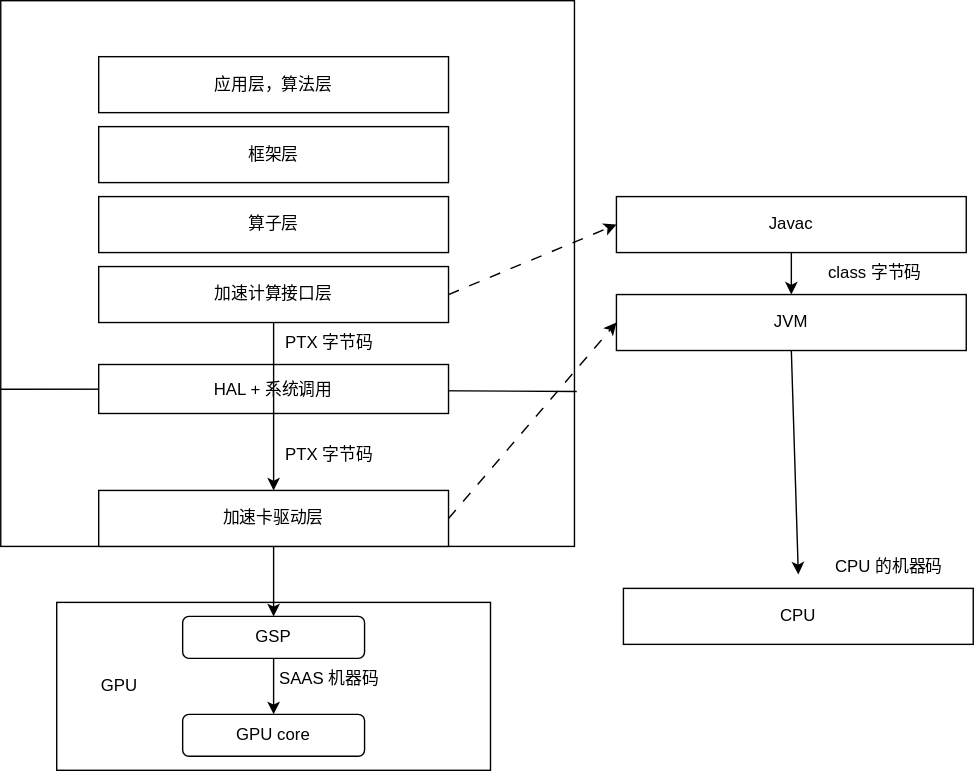
The draw.io diagram src/ai/compute/compute.dio.svg in dingiv/dingiv.github.io, before a commit. Source tidied: cells renumbered, new cells last; positions are measured from the earlier drawing's top-left corner, leaving out a move shared by most shapes.
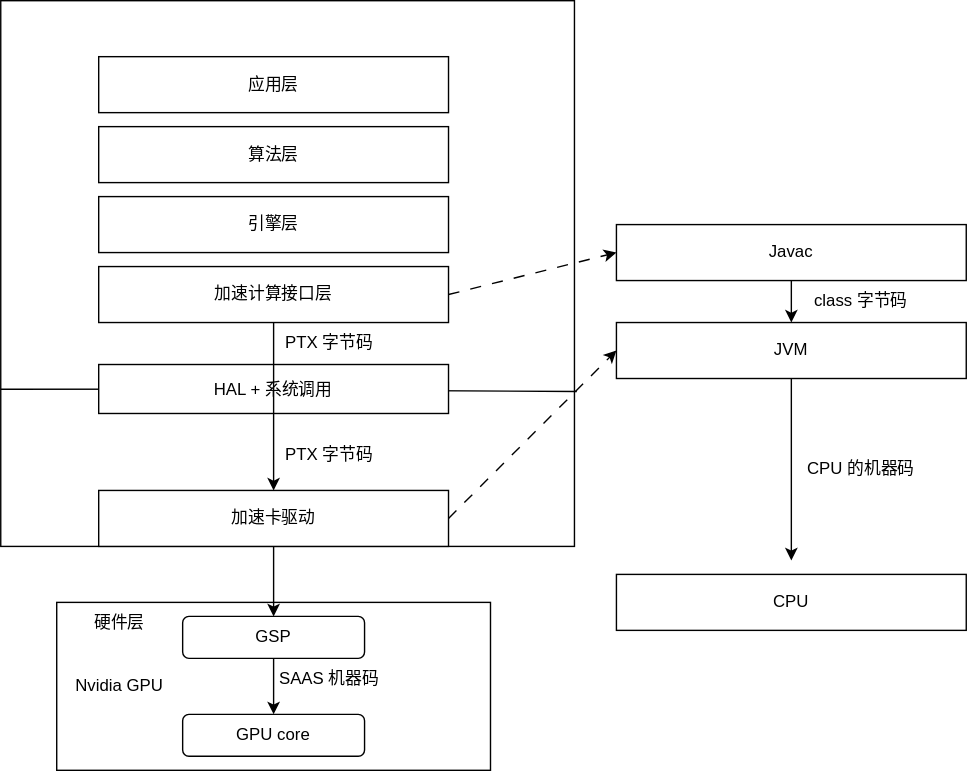
The same diagram one commit later.

Diff of the diagram source:
```diff
@@ -20,19 +20,19 @@
     <mxCell id="7" value="加速计算接口层" style="rounded=0;whiteSpace=wrap;html=1;" parent="1" vertex="1">
       <mxGeometry x="70" y="190" width="250" height="40" as="geometry" />
     </mxCell>
-    <mxCell id="8" value="算子层" style="rounded=0;whiteSpace=wrap;html=1;" parent="1" vertex="1">
+    <mxCell id="8" value="&lt;span style=&quot;color: rgb(0, 0, 0);&quot;&gt;引擎层&lt;/span&gt;" style="rounded=0;whiteSpace=wrap;html=1;" parent="1" vertex="1">
       <mxGeometry x="70" y="140" width="250" height="40" as="geometry" />
     </mxCell>
-    <mxCell id="9" value="框架层" style="rounded=0;whiteSpace=wrap;html=1;" parent="1" vertex="1">
+    <mxCell id="9" value="算法层" style="rounded=0;whiteSpace=wrap;html=1;" parent="1" vertex="1">
       <mxGeometry x="70" y="90" width="250" height="40" as="geometry" />
     </mxCell>
-    <mxCell id="10" value="应用层，算法层" style="rounded=0;whiteSpace=wrap;html=1;" parent="1" vertex="1">
+    <mxCell id="10" value="应用层" style="rounded=0;whiteSpace=wrap;html=1;" parent="1" vertex="1">
       <mxGeometry x="70" y="40" width="250" height="40" as="geometry" />
     </mxCell>
     <mxCell id="11" style="edgeStyle=none;html=1;exitX=1;exitY=0.5;exitDx=0;exitDy=0;entryX=0;entryY=0.5;entryDx=0;entryDy=0;dashed=1;dashPattern=8 8;" parent="1" edge="1" source="12" target="17">
       <mxGeometry relative="1" as="geometry" />
     </mxCell>
-    <mxCell id="12" value="加速卡驱动层" style="rounded=0;whiteSpace=wrap;html=1;" parent="1" vertex="1">
+    <mxCell id="12" value="加速卡驱动" style="rounded=0;whiteSpace=wrap;html=1;" parent="1" vertex="1">
       <mxGeometry x="70" y="350" width="250" height="40" as="geometry" />
     </mxCell>
     <mxCell id="13" style="rounded=0;whiteSpace=wrap;html=1;" parent="1" vertex="1">
@@ -42,24 +42,24 @@
       <mxGeometry relative="1" as="geometry" />
     </mxCell>
     <mxCell id="15" value="Javac" style="rounded=0;whiteSpace=wrap;html=1;" parent="1" vertex="1">
-      <mxGeometry x="440" y="140" width="250" height="40" as="geometry" />
+      <mxGeometry x="440" y="160" width="250" height="40" as="geometry" />
     </mxCell>
     <mxCell id="16" style="edgeStyle=none;html=1;exitX=0.5;exitY=1;exitDx=0;exitDy=0;" parent="1" edge="1" source="17">
       <mxGeometry relative="1" as="geometry">
-        <mxPoint x="570" y="410" as="targetPoint" />
+        <mxPoint x="565" y="400" as="targetPoint" />
       </mxGeometry>
     </mxCell>
     <mxCell id="17" value="JVM" style="rounded=0;whiteSpace=wrap;html=1;" parent="1" vertex="1">
-      <mxGeometry x="440" y="210" width="250" height="40" as="geometry" />
+      <mxGeometry x="440" y="230" width="250" height="40" as="geometry" />
     </mxCell>
     <mxCell id="18" value="class 字节码" style="text;html=1;align=center;verticalAlign=middle;whiteSpace=wrap;rounded=0;" parent="1" vertex="1">
-      <mxGeometry x="570" y="180" width="110" height="30" as="geometry" />
+      <mxGeometry x="560" y="200" width="110" height="30" as="geometry" />
     </mxCell>
     <mxCell id="19" value="CPU 的机器码" style="text;html=1;align=center;verticalAlign=middle;whiteSpace=wrap;rounded=0;" parent="1" vertex="1">
-      <mxGeometry x="580" y="390" width="110" height="30" as="geometry" />
+      <mxGeometry x="560" y="320" width="110" height="30" as="geometry" />
     </mxCell>
     <mxCell id="20" value="CPU" style="rounded=0;whiteSpace=wrap;html=1;" parent="1" vertex="1">
-      <mxGeometry x="445" y="420" width="250" height="40" as="geometry" />
+      <mxGeometry x="440" y="410" width="250" height="40" as="geometry" />
     </mxCell>
     <mxCell id="21" style="edgeStyle=none;html=1;exitX=0.5;exitY=1;exitDx=0;exitDy=0;" parent="1" edge="1" source="7" target="12">
       <mxGeometry relative="1" as="geometry" />
@@ -82,11 +82,14 @@
     <mxCell id="27" value="GPU core" style="rounded=1;whiteSpace=wrap;html=1;" parent="1" vertex="1">
       <mxGeometry x="130" y="510" width="130" height="30" as="geometry" />
     </mxCell>
-    <mxCell id="28" value="GPU" style="text;html=1;align=center;verticalAlign=middle;whiteSpace=wrap;rounded=0;" parent="1" vertex="1">
+    <mxCell id="28" value="&lt;span style=&quot;color: rgb(0, 0, 0);&quot;&gt;Nvidia GPU&lt;/span&gt;" style="text;html=1;align=center;verticalAlign=middle;whiteSpace=wrap;rounded=0;" parent="1" vertex="1">
       <mxGeometry x="30" y="475" width="110" height="30" as="geometry" />
     </mxCell>
     <mxCell id="29" style="edgeStyle=none;html=1;exitX=0.5;exitY=1;exitDx=0;exitDy=0;entryX=0.5;entryY=0;entryDx=0;entryDy=0;" parent="1" edge="1" source="12" target="26">
       <mxGeometry relative="1" as="geometry" />
     </mxCell>
+    <mxCell id="30" value="&lt;span style=&quot;color: rgb(0, 0, 0);&quot;&gt;硬件层&lt;/span&gt;" style="text;html=1;align=center;verticalAlign=middle;whiteSpace=wrap;rounded=0;" parent="1" vertex="1">
+      <mxGeometry x="30" y="430" width="110" height="30" as="geometry" />
+    </mxCell>
   </root>
 </mxGraphModel>
```
